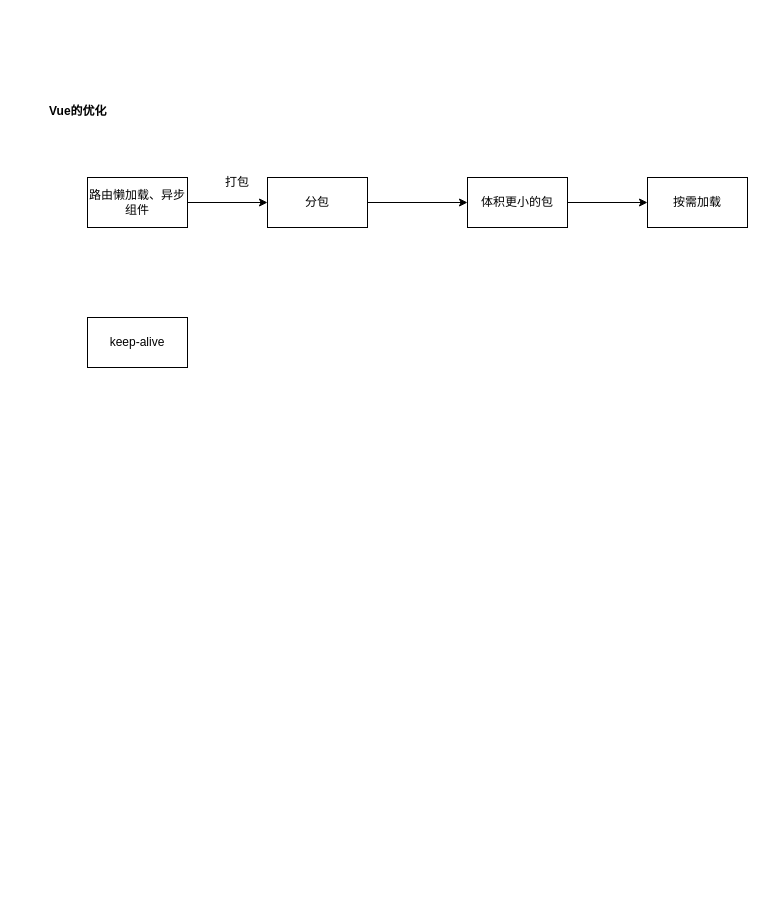
Before: 性能优化/vue的性能优化.drawio in ly2817433585oo/mindmap, a draw.io diagram. Source tidied: cells renumbered, new cells numbered last; positions are measured from the earlier drawing's top-left corner, leaving out a move shared by most shapes. Both pictures are drawn from the tidied source at 100%, with x=0, y=0 at pixel (47, 97).
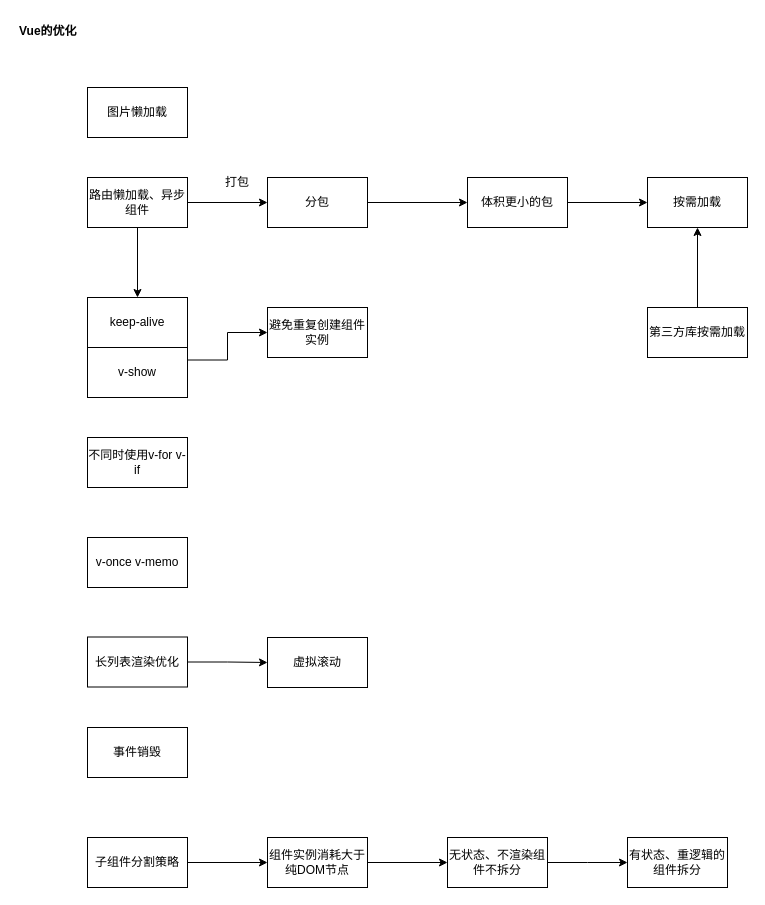
Above is the later version.

Commit message:
更新vue的性能优化.drawio

Unchanged cells that the change refers to:
```xml
<mxCell id="4" value="路由懒加载、异步组件" style="rounded=0;whiteSpace=wrap;html=1;" parent="1" vertex="1">
  <mxGeometry x="40" y="80" width="100" height="50" as="geometry" />
</mxCell>
<mxCell id="10" value="按需加载" style="rounded=0;whiteSpace=wrap;html=1;" parent="1" vertex="1">
  <mxGeometry x="600" y="80" width="100" height="50" as="geometry" />
</mxCell>
```

What changed in the source:
```diff
@@
     <mxCell id="2" value="Vue的优化" style="text;html=1;align=left;verticalAlign=top;whiteSpace=wrap;rounded=0;fontStyle=1;" parent="1" vertex="1">
-      <mxGeometry width="70" height="30" as="geometry" />
+      <mxGeometry x="-30" y="-80" width="70" height="30" as="geometry" />
     </mxCell>
@@
+    <mxCell id="12" style="edgeStyle=orthogonalEdgeStyle;rounded=0;jettySize=auto;html=1;exitX=0.5;exitY=1;exitDx=0;exitDy=0;entryX=0.5;entryY=0;entryDx=0;entryDy=0;" parent="1" edge="1" source="4" target="11">
+      <mxGeometry relative="1" as="geometry" />
+    </mxCell>
@@
+    <mxCell id="13" value="避免重复创建组件实例" style="rounded=0;whiteSpace=wrap;html=1;" parent="1" vertex="1">
+      <mxGeometry x="220" y="210" width="100" height="50" as="geometry" />
+    </mxCell>
+    <mxCell id="14" style="edgeStyle=orthogonalEdgeStyle;rounded=0;jettySize=auto;html=1;exitX=1;exitY=0.25;exitDx=0;exitDy=0;entryX=0;entryY=0.5;entryDx=0;entryDy=0;" parent="1" edge="1" source="16" target="13">
+      <mxGeometry relative="1" as="geometry" />
+    </mxCell>
+    <mxCell id="15" style="group;" parent="1" vertex="1">
+      <mxGeometry x="40" y="200" width="100" height="100" as="geometry" />
+    </mxCell>
-    <mxCell id="11" value="keep-alive" style="rounded=0;whiteSpace=wrap;html=1;" parent="1" vertex="1">
-      <mxGeometry x="40" y="220" width="100" height="50" as="geometry" />
+    <mxCell id="11" value="keep-alive" style="rounded=0;whiteSpace=wrap;html=1;" parent="15" vertex="1">
+      <mxGeometry width="100" height="50" as="geometry" />
     </mxCell>
+    <mxCell id="16" value="v-show" style="rounded=0;whiteSpace=wrap;html=1;" parent="15" vertex="1">
+      <mxGeometry y="50" width="100" height="50" as="geometry" />
+    </mxCell>
+    <mxCell id="17" value="不同时使用v-for v-if" style="rounded=0;whiteSpace=wrap;html=1;" parent="1" vertex="1">
+      <mxGeometry x="40" y="340" width="100" height="50" as="geometry" />
+    </mxCell>
+    <mxCell id="18" style="edgeStyle=orthogonalEdgeStyle;rounded=0;jettySize=auto;html=1;exitX=1;exitY=0.5;exitDx=0;exitDy=0;entryX=0;entryY=0.5;entryDx=0;entryDy=0;" parent="1" edge="1" source="19" target="21">
+      <mxGeometry relative="1" as="geometry" />
+    </mxCell>
+    <mxCell id="19" value="长列表渲染优化" style="rounded=0;whiteSpace=wrap;html=1;" parent="1" vertex="1">
+      <mxGeometry x="40" y="539.5" width="100" height="50" as="geometry" />
+    </mxCell>
+    <mxCell id="20" value="v-once v-memo" style="rounded=0;whiteSpace=wrap;html=1;" parent="1" vertex="1">
+      <mxGeometry x="40" y="440" width="100" height="50" as="geometry" />
+    </mxCell>
+    <mxCell id="21" value="虚拟滚动" style="rounded=0;whiteSpace=wrap;html=1;" parent="1" vertex="1">
+      <mxGeometry x="220" y="540" width="100" height="50" as="geometry" />
+    </mxCell>
+    <mxCell id="22" value="事件销毁" style="rounded=0;whiteSpace=wrap;html=1;" parent="1" vertex="1">
+      <mxGeometry x="40" y="630" width="100" height="50" as="geometry" />
+    </mxCell>
+    <mxCell id="23" style="edgeStyle=orthogonalEdgeStyle;rounded=0;jettySize=auto;html=1;exitX=0.5;exitY=0;exitDx=0;exitDy=0;entryX=0.5;entryY=1;entryDx=0;entryDy=0;" parent="1" edge="1" source="24" target="10">
+      <mxGeometry relative="1" as="geometry" />
+    </mxCell>
+    <mxCell id="24" value="第三方库按需加载" style="rounded=0;whiteSpace=wrap;html=1;" parent="1" vertex="1">
+      <mxGeometry x="600" y="210" width="100" height="50" as="geometry" />
+    </mxCell>
+    <mxCell id="25" value="图片懒加载" style="rounded=0;whiteSpace=wrap;html=1;" parent="1" vertex="1">
+      <mxGeometry x="40" y="-10" width="100" height="50" as="geometry" />
+    </mxCell>
+    <mxCell id="26" style="edgeStyle=orthogonalEdgeStyle;rounded=0;jettySize=auto;html=1;exitX=1;exitY=0.5;exitDx=0;exitDy=0;entryX=0;entryY=0.5;entryDx=0;entryDy=0;" parent="1" edge="1" source="27" target="31">
+      <mxGeometry relative="1" as="geometry" />
+    </mxCell>
+    <mxCell id="27" value="子组件分割策略" style="rounded=0;whiteSpace=wrap;html=1;" parent="1" vertex="1">
+      <mxGeometry x="40" y="740" width="100" height="50" as="geometry" />
+    </mxCell>
+    <mxCell id="28" style="edgeStyle=orthogonalEdgeStyle;rounded=0;jettySize=auto;html=1;exitX=1;exitY=0.5;exitDx=0;exitDy=0;" parent="1" edge="1" source="29">
+      <mxGeometry relative="1" as="geometry">
+        <mxPoint x="580" y="765" as="targetPoint" />
+      </mxGeometry>
+    </mxCell>
+    <mxCell id="29" value="无状态、不渲染组件不拆分" style="rounded=0;whiteSpace=wrap;html=1;" parent="1" vertex="1">
+      <mxGeometry x="400" y="740" width="100" height="50" as="geometry" />
+    </mxCell>
+    <mxCell id="30" style="edgeStyle=orthogonalEdgeStyle;rounded=0;jettySize=auto;html=1;exitX=1;exitY=0.5;exitDx=0;exitDy=0;entryX=0;entryY=0.5;entryDx=0;entryDy=0;" parent="1" edge="1" source="31" target="29">
+      <mxGeometry relative="1" as="geometry" />
+    </mxCell>
+    <mxCell id="31" value="组件实例消耗大于纯DOM节点" style="rounded=0;whiteSpace=wrap;html=1;" parent="1" vertex="1">
+      <mxGeometry x="220" y="740" width="100" height="50" as="geometry" />
+    </mxCell>
+    <mxCell id="32" value="有状态、重逻辑的组件拆分" style="rounded=0;whiteSpace=wrap;html=1;" parent="1" vertex="1">
+      <mxGeometry x="580" y="740" width="100" height="50" as="geometry" />
+    </mxCell>
```
